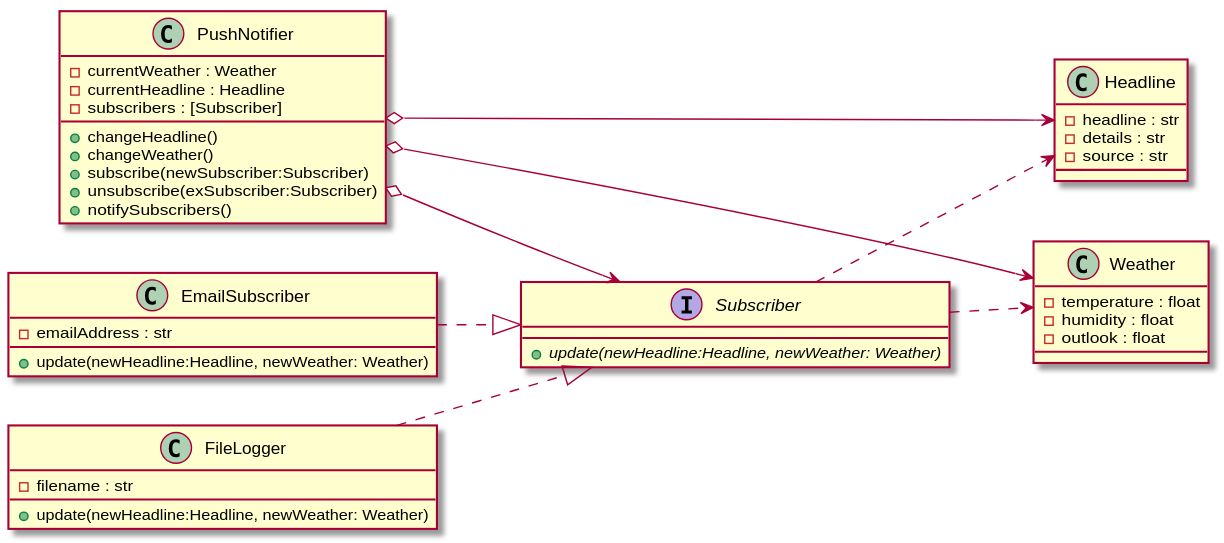
HowDoIGitHelp/CMSC23MDNotes keeps this PlantUML diagram as Markdown Lecture Notes and Lab Exercises/uml/observerexample.svg. Above is the earlier version. Source of this version:
```plantuml
@startuml
	left to right direction
  interface Subscriber{
    + {abstract} update(newHeadline:Headline, newWeather: Weather)
  }

  class PushNotifier{
    - currentWeather : Weather
    - currentHeadline : Headline
    - subscribers : [Subscriber]
    + changeHeadline()
    + changeWeather()
    + subscribe(newSubscriber:Subscriber)
    + unsubscribe(exSubscriber:Subscriber)
    + notifySubscribers()
  }

  class Weather{
    - temperature : float
    - humidity : float
    - outlook : float
  }

  class Headline{
    - headline : str
    - details : str
    - source : str
  }

  class EmailSubscriber{
	 - emailAddress : str
    + update(newHeadline:Headline, newWeather: Weather)
  }

  class FileLogger{
	 - filename : str
    + update(newHeadline:Headline, newWeather: Weather)
  }

  EmailSubscriber ..|> Subscriber
  FileLogger ..|> Subscriber
  PushNotifier o--> Subscriber
  PushNotifier o--> Weather
  PushNotifier o--> Headline
	Subscriber ..> Weather
	Subscriber ..> Headline
@enduml
```
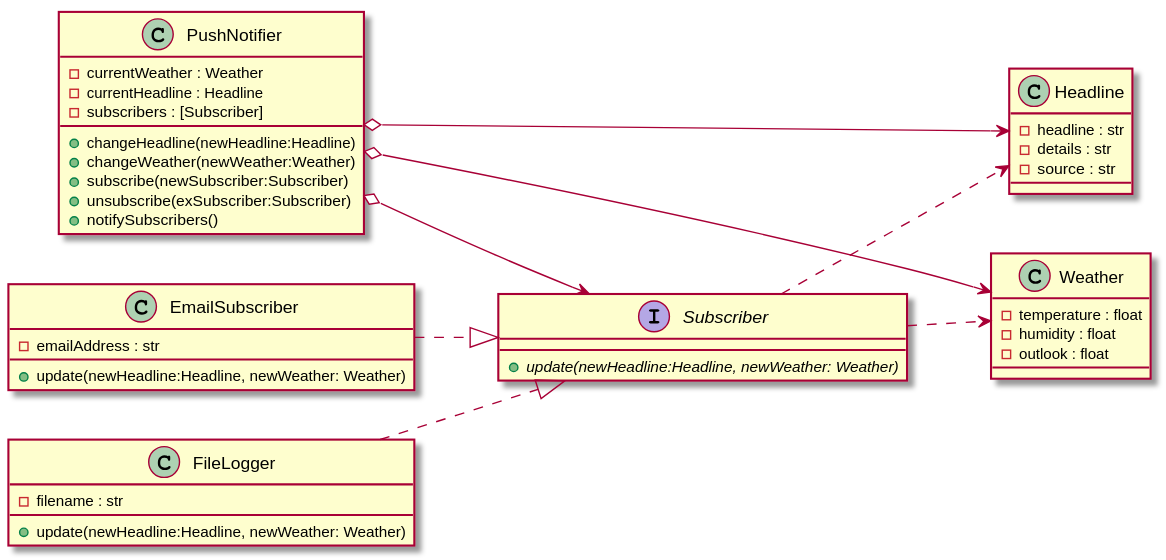
Above is the later version.

Change to the diagram source:
```diff
@@ -8,8 +8,8 @@
     - currentWeather : Weather
     - currentHeadline : Headline
     - subscribers : [Subscriber]
-    + changeHeadline()
-    + changeWeather()
+    + changeHeadline(newHeadline:Headline)
+    + changeWeather(newWeather:Weather)
     + subscribe(newSubscriber:Subscriber)
     + unsubscribe(exSubscriber:Subscriber)
     + notifySubscribers()
```
